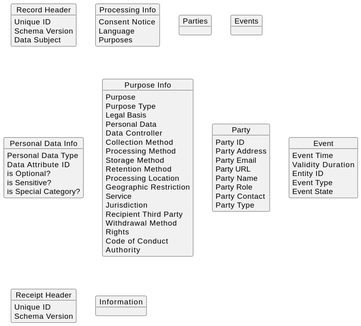
Earlier version of the PlantUML export 2.2/diagrams/dpv-27560-summary.svg (bact/dpv).
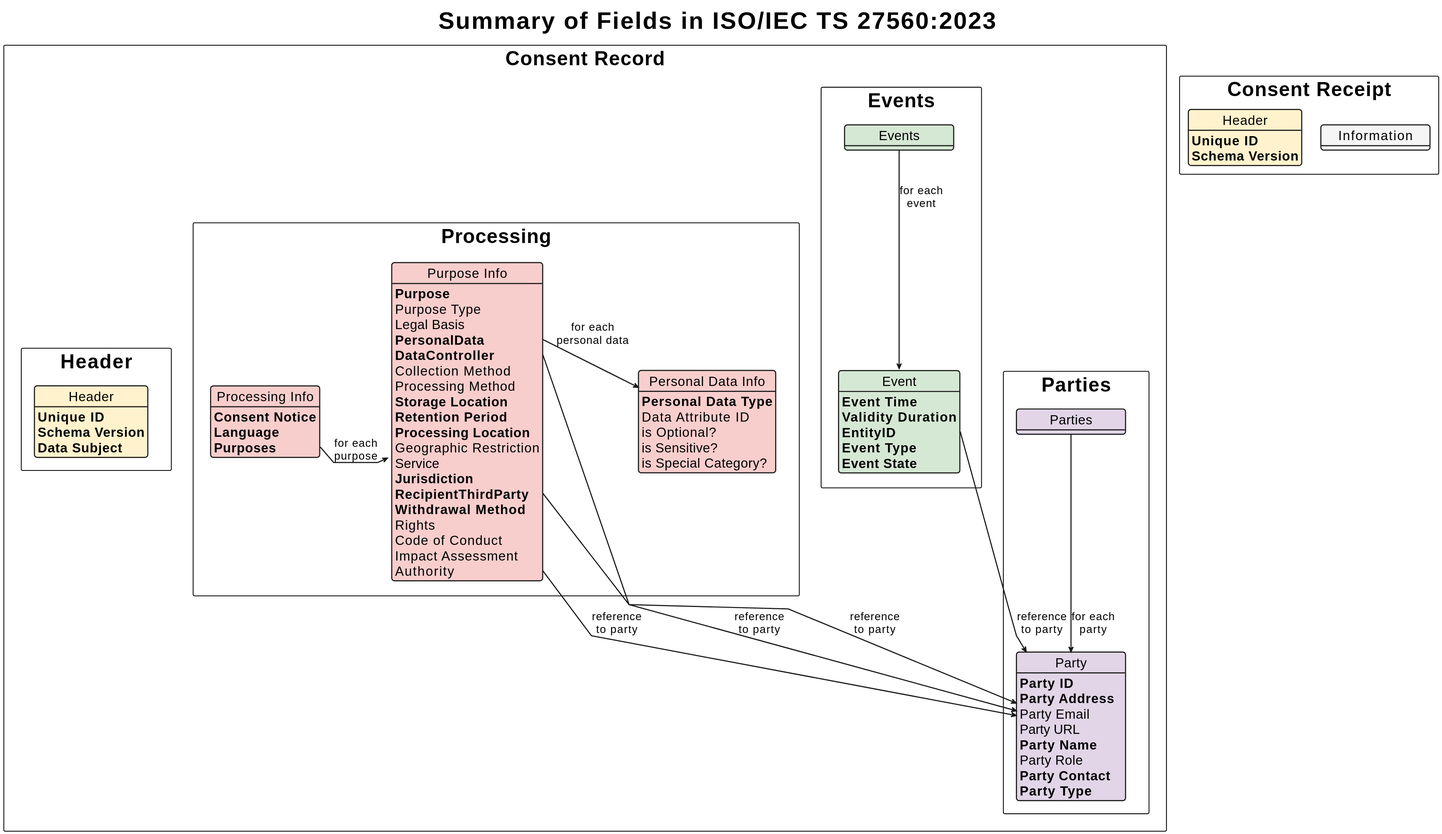
Later version of the same file.

Commit message:
ISO Consent record diagram in PlantUML

What changed in the source:
```diff
@@ -1,75 +1,128 @@
 @startuml
-object "Record Header" as RecordHeader {
-    Unique ID
-    Schema Version
-    Data Subject
+title Summary of Fields in ISO/IEC TS 27560:2023
+hide class circle
+hide methods
+top to bottom direction
+skinparam linetype polyline
+skinparam packageStyle rectangle
+
+<style>
+title {
+  FontSize 44
+}
+class {
+  MinimumWidth 200
+  LineThickness 2
+  RoundCorner 10
+  FontSize 24
+  Padding 10
+}
+package {
+  MinimumHeight 500
+  FontSize 36
+  Padding 10
+}
+arrow {
+  LineThickness 2
+  FontSize 20
+}
+</style>
+
+together {
+package "Consent Record" as ConsentRecord {
+    package "Header" as HeaderSection {
+        class "Header" as RecordHeader #FFF2CC {
+            **Unique ID**
+            **Schema Version**
+            **Data Subject**
+        }
+    }
+    package "Processing" as ProcessingSection {
+        class "Processing Info" as ProcessingInfo #F8CECC {
+            **Consent Notice**
+            **Language**
+            **Purposes**
+        }
+        class "Purpose Info" as PurposeInfo #F8CECC {
+            **Purpose**
+            Purpose Type
+            Legal Basis
+            **PersonalData**
+            **DataController**
+            Collection Method
+            Processing Method
+            **Storage Location**
+            **Retention Period**
+            **Processing Location**
+            Geographic Restriction
+            Service
+            **Jurisdiction**
+            **RecipientThirdParty**
+            **Withdrawal Method**
+            Rights
+            Code of Conduct
+            Impact Assessment
+            Authority
+        }
+        class "Personal Data Info" as PersonalDataInfo #F8CECC {
+            **Personal Data Type**
+            Data Attribute ID
+            is Optional?
+            is Sensitive?
+            is Special Category?
+        }
+    }
+    package "Parties" as PartiesSection {
+        class Parties #E1D5E7 {
+        }
+        class Party #E1D5E7 {
+            **Party ID**
+            **Party Address**
+            Party Email
+            Party URL
+            **Party Name**
+            Party Role
+            **Party Contact**
+            **Party Type**
+        }
+    }
+    package "Events" as EventsSection {
+        class Events #D5E8D4 {
+        }
+        class Event #D5E8D4 {
+            **Event Time**
+            **Validity Duration**
+            **EntityID**
+            **Event Type**
+            **Event State**
+        }
+    }
 }
 
-object "Processing Info" as ProcessingInfo {
-    Consent Notice
-    Language
-    Purposes
+package "Consent Receipt" as ConsentReceipt {
+    class "Header" as ReceiptHeader #FFF2CC {
+        **Unique ID**
+        **Schema Version**
+    }
+    class "Information" as ReceiptInformation #F5F5F5 {
+    }
 }
 
-object Parties {
 }
 
-object Events {
-}
+ProcessingInfo::Purposes -right-> PurposeInfo : for each\npurpose
+PurposeInfo::PersonalData -right-> PersonalDataInfo : for each\npersonal data
 
-object "Personal Data Info" as PersonalDataInfo {
-    Personal Data Type
-    Data Attribute ID
-    is Optional?
-    is Sensitive?
-    is Special Category?
-}
+PurposeInfo::DataController --> Party : reference\nto party
+PurposeInfo::RecipientThirdParty --> Party : reference\nto party
+PurposeInfo::Authority --> Party : reference\nto party
 
-object "Purpose Info" as PurposeInfo {
-    Purpose
-    Purpose Type
-    Legal Basis
-    Personal Data
-    Data Controller
-    Collection Method
-    Processing Method
-    Storage Method
-    Retention Method
-    Processing Location
-    Geographic Restriction
-    Service
-    Jurisdiction
-    Recipient Third Party
-    Withdrawal Method
-    Rights
-    Code of Conduct
-    Authority
-}
+Parties --> Party : for each\nparty
 
-object Party {
-    Party ID
-    Party Address
-    Party Email
-    Party URL
-    Party Name
-    Party Role
-    Party Contact
-    Party Type
-}
+Events --> Event : for each\nevent
+Event::EntityID --> Party : reference\nto party
 
-object Event {
-    Event Time
-    Validity Duration
-    Entity ID
-    Event Type
-    Event State
-}
-
-object "Receipt Header" as ReceiptHeader {
-    Unique ID
-    Schema Version
-}
-
-object Information {
-}
+HeaderSection -[hidden]right-> ProcessingSection
+ProcessingSection -[hidden]right-> PartiesSection
+PartiesSection -[hidden]right-> EventsSection
 @enduml
```
